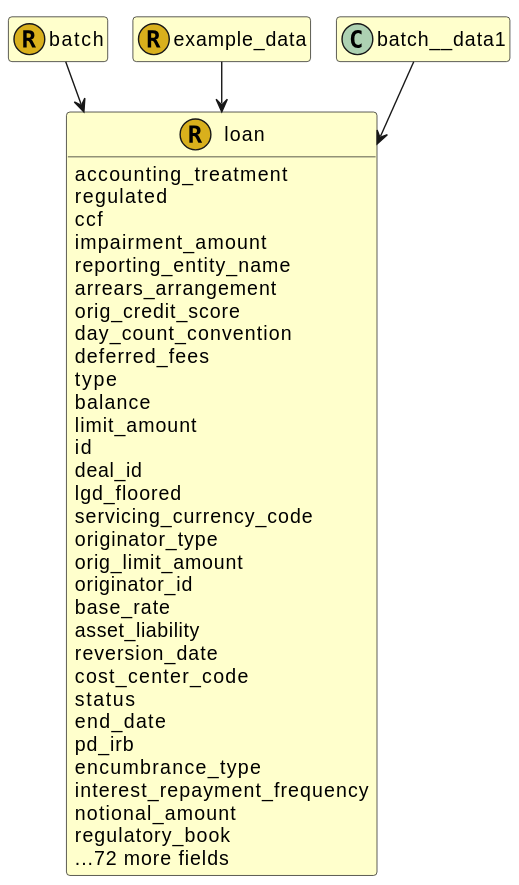
The PlantUML diagram images/fire.model.loan.svg in Schemarise/demo-alfa-with-fire-json-model, before a commit.
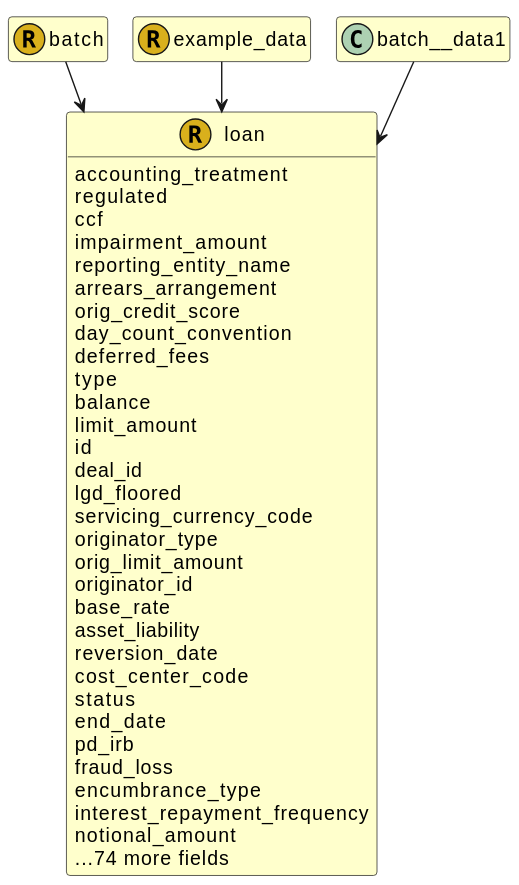
Later version of the same file.

Diff of the diagram source:
```diff
@@ -38,11 +38,11 @@
   status
   end_date
   pd_irb
+  fraud_loss
   encumbrance_type
   interest_repayment_frequency
   notional_amount
-  regulatory_book
-  ...72 more fields
+  ...74 more fields
 
 
 
```
